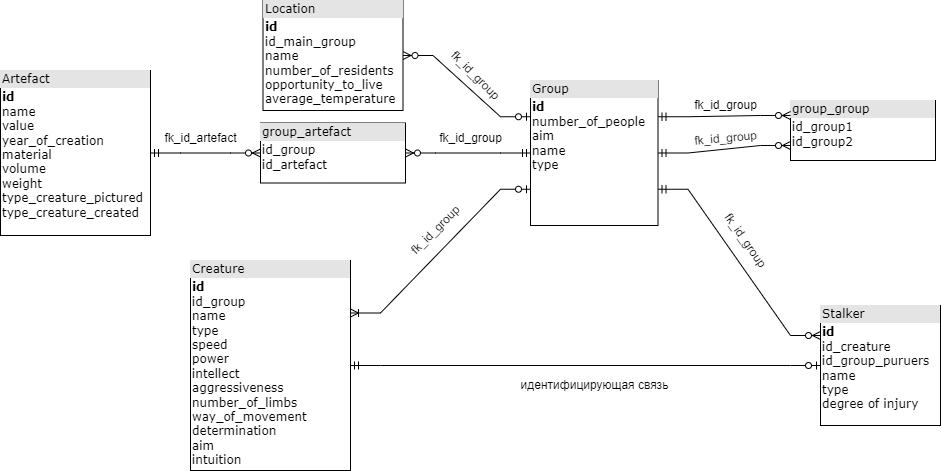
Earlier version of the draw.io export data.png (stanislav-shchetinin/DB.lab1.itmo). Source tidied: cells renumbered, new cells last; positions are measured from the earlier drawing's top-left corner, leaving out a move shared by most shapes. The source it was exported from:
```xml
<mxGraphModel>
  <root>
    <mxCell id="0" />
    <mxCell id="1" parent="0" />
    <mxCell id="2" value="&lt;div style=&quot;box-sizing: border-box ; width: 100% ; background: #e4e4e4 ; padding: 2px&quot;&gt;Group&lt;/div&gt;&lt;table style=&quot;width: 100% ; font-size: 1em&quot; cellpadding=&quot;2&quot; cellspacing=&quot;0&quot;&gt;&lt;tbody&gt;&lt;tr&gt;&lt;td&gt;&lt;b&gt;id&lt;/b&gt;&lt;br&gt;number_of_people&lt;br&gt;aim&lt;br&gt;name&lt;br&gt;type&lt;br&gt;&lt;br&gt;&lt;br&gt;&lt;br&gt;&lt;/td&gt;&lt;td&gt;&lt;br&gt;&lt;/td&gt;&lt;/tr&gt;&lt;tr&gt;&lt;td&gt;&lt;/td&gt;&lt;td&gt;&lt;br&gt;&lt;/td&gt;&lt;/tr&gt;&lt;/tbody&gt;&lt;/table&gt;" style="verticalAlign=top;align=left;overflow=fill;html=1;rounded=0;shadow=0;comic=0;labelBackgroundColor=none;strokeWidth=1;fontFamily=Verdana;fontSize=12;" parent="1" vertex="1">
      <mxGeometry x="530" y="80" width="127.5" height="145" as="geometry" />
    </mxCell>
    <mxCell id="3" value="&lt;div style=&quot;box-sizing: border-box ; width: 100% ; background: #e4e4e4 ; padding: 2px&quot;&gt;Creature&lt;/div&gt;&lt;table style=&quot;width: 100% ; font-size: 1em&quot; cellpadding=&quot;2&quot; cellspacing=&quot;0&quot;&gt;&lt;tbody&gt;&lt;tr&gt;&lt;td&gt;&lt;b&gt;id&lt;br&gt;&lt;/b&gt;id_group&lt;br&gt;name&lt;br style=&quot;border-color: var(--border-color);&quot;&gt;type&lt;br style=&quot;border-color: var(--border-color);&quot;&gt;speed&lt;br&gt;power&lt;br&gt;intellect&lt;br&gt;aggressiveness&lt;br&gt;number_of_limbs&lt;br&gt;way_of_movement&lt;br&gt;determination&lt;br&gt;aim&lt;br&gt;intuition&lt;br&gt;&lt;br&gt;&lt;br&gt;&lt;br&gt;&lt;/td&gt;&lt;td&gt;&lt;br&gt;&lt;/td&gt;&lt;/tr&gt;&lt;tr&gt;&lt;td&gt;&lt;/td&gt;&lt;td&gt;&lt;br&gt;&lt;/td&gt;&lt;/tr&gt;&lt;/tbody&gt;&lt;/table&gt;" style="verticalAlign=top;align=left;overflow=fill;html=1;rounded=0;shadow=0;comic=0;labelBackgroundColor=none;strokeWidth=1;fontFamily=Verdana;fontSize=12;" parent="1" vertex="1">
      <mxGeometry x="190" y="260" width="160" height="210" as="geometry" />
    </mxCell>
    <mxCell id="4" value="&lt;div style=&quot;box-sizing: border-box ; width: 100% ; background: #e4e4e4 ; padding: 2px&quot;&gt;Artefact&lt;/div&gt;&lt;table style=&quot;width: 100% ; font-size: 1em&quot; cellpadding=&quot;2&quot; cellspacing=&quot;0&quot;&gt;&lt;tbody&gt;&lt;tr&gt;&lt;td&gt;&lt;b&gt;id&lt;/b&gt;&lt;br&gt;name&lt;br&gt;value&lt;br&gt;year_of_creation&lt;br&gt;material&lt;br&gt;volume&lt;br&gt;weight&lt;br&gt;type_creature_pictured&lt;br&gt;type_creature_created&lt;br&gt;&lt;br&gt;&lt;br&gt;&lt;br&gt;&lt;br&gt;&lt;/td&gt;&lt;td&gt;&lt;br&gt;&lt;/td&gt;&lt;/tr&gt;&lt;tr&gt;&lt;td&gt;&lt;/td&gt;&lt;td&gt;&lt;br&gt;&lt;/td&gt;&lt;/tr&gt;&lt;/tbody&gt;&lt;/table&gt;" style="verticalAlign=top;align=left;overflow=fill;html=1;rounded=0;shadow=0;comic=0;labelBackgroundColor=none;strokeWidth=1;fontFamily=Verdana;fontSize=12;" parent="1" vertex="1">
      <mxGeometry y="70" width="150" height="165" as="geometry" />
    </mxCell>
    <mxCell id="5" value="&lt;div style=&quot;box-sizing: border-box ; width: 100% ; background: #e4e4e4 ; padding: 2px&quot;&gt;Location&lt;/div&gt;&lt;table style=&quot;width: 100% ; font-size: 1em&quot; cellpadding=&quot;2&quot; cellspacing=&quot;0&quot;&gt;&lt;tbody&gt;&lt;tr&gt;&lt;td&gt;&lt;b&gt;id&lt;br&gt;&lt;/b&gt;id_main_group&lt;br&gt;name&lt;br&gt;number_of_residents&lt;br&gt;opportunity_to_live&lt;br&gt;average_temperature&lt;br&gt;&lt;br&gt;&lt;br&gt;&lt;/td&gt;&lt;td&gt;&lt;br&gt;&lt;/td&gt;&lt;/tr&gt;&lt;tr&gt;&lt;td&gt;&lt;/td&gt;&lt;td&gt;&lt;br&gt;&lt;/td&gt;&lt;/tr&gt;&lt;/tbody&gt;&lt;/table&gt;" style="verticalAlign=top;align=left;overflow=fill;html=1;rounded=0;shadow=0;comic=0;labelBackgroundColor=none;strokeWidth=1;fontFamily=Verdana;fontSize=12;" parent="1" vertex="1">
      <mxGeometry x="262.5" width="140" height="110" as="geometry" />
    </mxCell>
    <mxCell id="6" value="&lt;div style=&quot;box-sizing: border-box ; width: 100% ; background: #e4e4e4 ; padding: 2px&quot;&gt;Stalker&lt;/div&gt;&lt;table style=&quot;width: 100% ; font-size: 1em&quot; cellpadding=&quot;2&quot; cellspacing=&quot;0&quot;&gt;&lt;tbody&gt;&lt;tr&gt;&lt;td&gt;&lt;b&gt;id&lt;/b&gt;&lt;br&gt;id_creature&lt;br&gt;id_group_puruers&lt;br&gt;name&lt;br&gt;type&lt;br&gt;degree of injury&lt;br&gt;&lt;br&gt;&lt;br&gt;&lt;br&gt;&lt;/td&gt;&lt;td&gt;&lt;br&gt;&lt;/td&gt;&lt;/tr&gt;&lt;tr&gt;&lt;td&gt;&lt;/td&gt;&lt;td&gt;&lt;br&gt;&lt;/td&gt;&lt;/tr&gt;&lt;/tbody&gt;&lt;/table&gt;" style="verticalAlign=top;align=left;overflow=fill;html=1;rounded=0;shadow=0;comic=0;labelBackgroundColor=none;strokeWidth=1;fontFamily=Verdana;fontSize=12;" parent="1" vertex="1">
      <mxGeometry x="820" y="305" width="120" height="120" as="geometry" />
    </mxCell>
    <mxCell id="7" style="edgeStyle=entityRelationEdgeStyle;fontSize=12;html=1;endArrow=ERzeroToOne;startArrow=ERmandOne;rounded=0;exitX=1;exitY=0.5;exitDx=0;exitDy=0;entryX=0;entryY=0.5;entryDx=0;entryDy=0;" parent="1" edge="1" source="3" target="6">
      <mxGeometry relative="1" as="geometry" />
    </mxCell>
    <mxCell id="8" style="edgeStyle=entityRelationEdgeStyle;fontSize=12;html=1;endArrow=ERoneToMany;startArrow=ERzeroToOne;rounded=0;entryX=1;entryY=0.25;entryDx=0;entryDy=0;exitX=0;exitY=0.75;exitDx=0;exitDy=0;" parent="1" edge="1" source="2" target="3">
      <mxGeometry relative="1" as="geometry" />
    </mxCell>
    <mxCell id="9" style="edgeStyle=entityRelationEdgeStyle;fontSize=12;html=1;endArrow=ERzeroToMany;startArrow=ERmandOne;rounded=0;exitX=1;exitY=0.75;exitDx=0;exitDy=0;entryX=0;entryY=0.25;entryDx=0;entryDy=0;" parent="1" edge="1" source="2" target="6">
      <mxGeometry relative="1" as="geometry" />
    </mxCell>
    <mxCell id="10" value="&lt;div style=&quot;box-sizing: border-box ; width: 100% ; background: #e4e4e4 ; padding: 2px&quot;&gt;group_artefact&lt;/div&gt;&lt;table style=&quot;width: 100% ; font-size: 1em&quot; cellpadding=&quot;2&quot; cellspacing=&quot;0&quot;&gt;&lt;tbody&gt;&lt;tr&gt;&lt;td&gt;id_group&lt;br&gt;id_artefact&lt;br&gt;&lt;br&gt;&lt;br&gt;&lt;br&gt;&lt;br&gt;&lt;/td&gt;&lt;td&gt;&lt;br&gt;&lt;/td&gt;&lt;/tr&gt;&lt;tr&gt;&lt;td&gt;&lt;/td&gt;&lt;td&gt;&lt;br&gt;&lt;/td&gt;&lt;/tr&gt;&lt;/tbody&gt;&lt;/table&gt;" style="verticalAlign=top;align=left;overflow=fill;html=1;rounded=0;shadow=0;comic=0;labelBackgroundColor=none;strokeWidth=1;fontFamily=Verdana;fontSize=12;" parent="1" vertex="1">
      <mxGeometry x="260" y="122.5" width="145" height="60" as="geometry" />
    </mxCell>
    <mxCell id="11" style="edgeStyle=entityRelationEdgeStyle;fontSize=12;html=1;endArrow=ERzeroToMany;startArrow=ERmandOne;rounded=0;entryX=0;entryY=0.5;entryDx=0;entryDy=0;exitX=1;exitY=0.5;exitDx=0;exitDy=0;" parent="1" edge="1" source="4" target="10">
      <mxGeometry relative="1" as="geometry" />
    </mxCell>
    <mxCell id="12" style="edgeStyle=entityRelationEdgeStyle;fontSize=12;html=1;endArrow=ERzeroToMany;startArrow=ERmandOne;rounded=0;exitX=0;exitY=0.5;exitDx=0;exitDy=0;entryX=1;entryY=0.5;entryDx=0;entryDy=0;" parent="1" edge="1" source="2" target="10">
      <mxGeometry relative="1" as="geometry" />
    </mxCell>
    <mxCell id="13" value="&lt;div style=&quot;box-sizing: border-box ; width: 100% ; background: #e4e4e4 ; padding: 2px&quot;&gt;group_group&lt;/div&gt;&lt;table style=&quot;width: 100% ; font-size: 1em&quot; cellpadding=&quot;2&quot; cellspacing=&quot;0&quot;&gt;&lt;tbody&gt;&lt;tr&gt;&lt;td&gt;id_group1&lt;br&gt;id_group2&lt;br&gt;&lt;br&gt;&lt;br&gt;&lt;br&gt;&lt;br&gt;&lt;/td&gt;&lt;td&gt;&lt;br&gt;&lt;/td&gt;&lt;/tr&gt;&lt;tr&gt;&lt;td&gt;&lt;/td&gt;&lt;td&gt;&lt;br&gt;&lt;/td&gt;&lt;/tr&gt;&lt;/tbody&gt;&lt;/table&gt;" style="verticalAlign=top;align=left;overflow=fill;html=1;rounded=0;shadow=0;comic=0;labelBackgroundColor=none;strokeWidth=1;fontFamily=Verdana;fontSize=12;" parent="1" vertex="1">
      <mxGeometry x="790" y="100" width="145" height="60" as="geometry" />
    </mxCell>
    <mxCell id="14" style="edgeStyle=entityRelationEdgeStyle;fontSize=12;html=1;endArrow=ERzeroToMany;startArrow=ERmandOne;rounded=0;entryX=0;entryY=0.25;entryDx=0;entryDy=0;exitX=1;exitY=0.25;exitDx=0;exitDy=0;" parent="1" edge="1" source="2" target="13">
      <mxGeometry relative="1" as="geometry" />
    </mxCell>
    <mxCell id="15" style="edgeStyle=entityRelationEdgeStyle;fontSize=12;html=1;endArrow=ERzeroToMany;startArrow=ERmandOne;rounded=0;entryX=0;entryY=0.75;entryDx=0;entryDy=0;exitX=1;exitY=0.5;exitDx=0;exitDy=0;" parent="1" edge="1" source="2" target="13">
      <mxGeometry relative="1" as="geometry" />
    </mxCell>
    <mxCell id="16" style="edgeStyle=entityRelationEdgeStyle;fontSize=12;html=1;endArrow=ERzeroToMany;startArrow=ERzeroToOne;rounded=0;exitX=0;exitY=0.25;exitDx=0;exitDy=0;entryX=1;entryY=0.5;entryDx=0;entryDy=0;" parent="1" edge="1" source="2" target="5">
      <mxGeometry relative="1" as="geometry" />
    </mxCell>
    <mxCell id="17" value="идентифицирующая связь" style="text;html=1;align=center;verticalAlign=middle;strokeColor=none;fillColor=none;rotation=0;" parent="1" vertex="1">
      <mxGeometry x="508.8" y="370" width="170" height="30" as="geometry" />
    </mxCell>
    <mxCell id="18" value="fk_id_artefact" style="text;html=1;align=center;verticalAlign=middle;strokeColor=none;fillColor=none;" parent="1" vertex="1">
      <mxGeometry x="150" y="122.5" width="100" height="30" as="geometry" />
    </mxCell>
    <mxCell id="19" value="fk_id_group" style="text;html=1;align=center;verticalAlign=middle;strokeColor=none;fillColor=none;" parent="1" vertex="1">
      <mxGeometry x="425" y="122.5" width="90" height="30" as="geometry" />
    </mxCell>
    <mxCell id="20" value="fk_id_group" style="text;html=1;align=center;verticalAlign=middle;strokeColor=none;fillColor=none;rotation=45;" parent="1" vertex="1">
      <mxGeometry x="430" y="60" width="90" height="30" as="geometry" />
    </mxCell>
    <mxCell id="21" value="fk_id_group" style="text;html=1;align=center;verticalAlign=middle;strokeColor=none;fillColor=none;rotation=0;" parent="1" vertex="1">
      <mxGeometry x="680" y="90" width="90" height="30" as="geometry" />
    </mxCell>
    <mxCell id="22" value="fk_id_group" style="text;html=1;align=center;verticalAlign=middle;strokeColor=none;fillColor=none;rotation=-5;" parent="1" vertex="1">
      <mxGeometry x="680" y="122.5" width="90" height="30" as="geometry" />
    </mxCell>
    <mxCell id="23" value="fk_id_group" style="text;html=1;align=center;verticalAlign=middle;strokeColor=none;fillColor=none;rotation=-45;" parent="1" vertex="1">
      <mxGeometry x="390" y="215" width="90" height="30" as="geometry" />
    </mxCell>
    <mxCell id="24" value="fk_id_group" style="text;html=1;align=center;verticalAlign=middle;strokeColor=none;fillColor=none;rotation=55;" parent="1" vertex="1">
      <mxGeometry x="700" y="225" width="90" height="30" as="geometry" />
    </mxCell>
  </root>
</mxGraphModel>
```
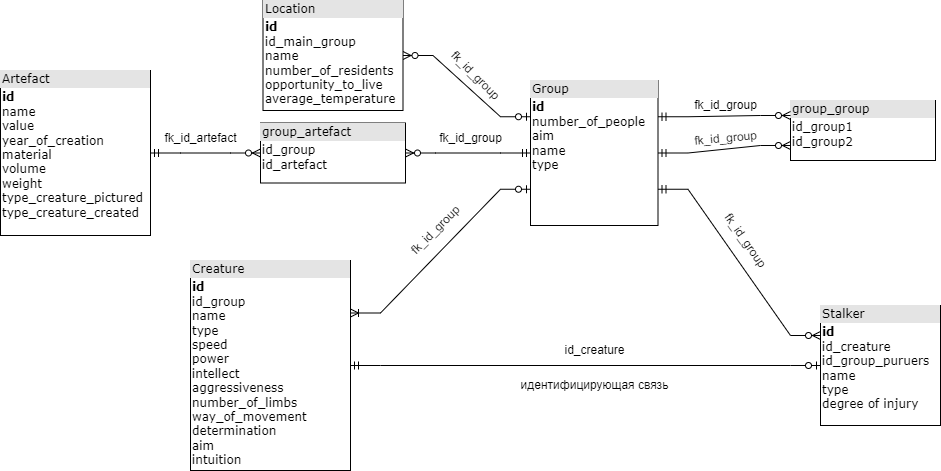
Later version of the same file.

Commit message:
update data model

What changed in the source:
```diff
@@ -71,5 +71,8 @@
     <mxCell id="24" value="fk_id_group" style="text;html=1;align=center;verticalAlign=middle;strokeColor=none;fillColor=none;rotation=55;" parent="1" vertex="1">
       <mxGeometry x="700" y="225" width="90" height="30" as="geometry" />
     </mxCell>
+    <mxCell id="25" value="id_creature" style="text;html=1;align=center;verticalAlign=middle;strokeColor=none;fillColor=none;" parent="1" vertex="1">
+      <mxGeometry x="553.8" y="335" width="80" height="30" as="geometry" />
+    </mxCell>
   </root>
 </mxGraphModel>
```
